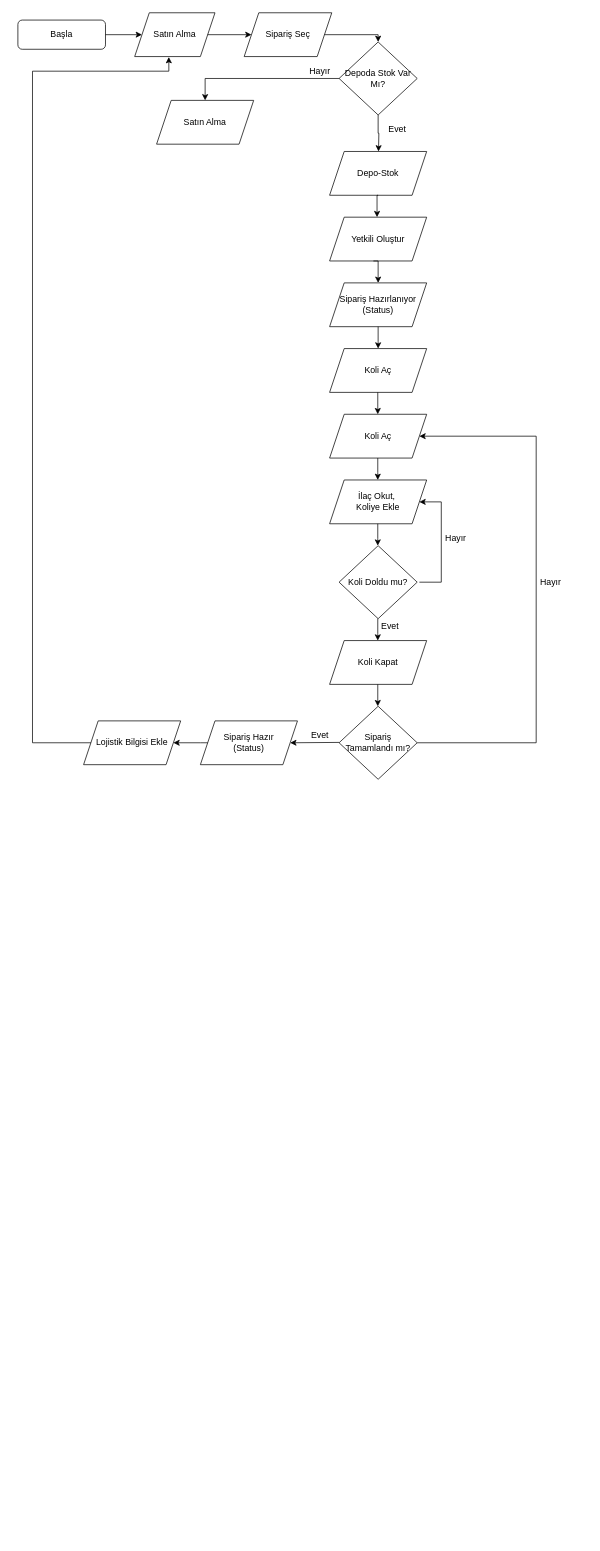
Earlier version of the draw.io diagram akisdiyagrami.drawio (viavolkan/DB_Diyagram). Source tidied: cells renumbered, new cells numbered last; positions are measured from the earlier drawing's top-left corner, leaving out a move shared by most shapes. Both pictures are drawn from the tidied source at 73%, with x=0, y=0 at pixel (18, 12).
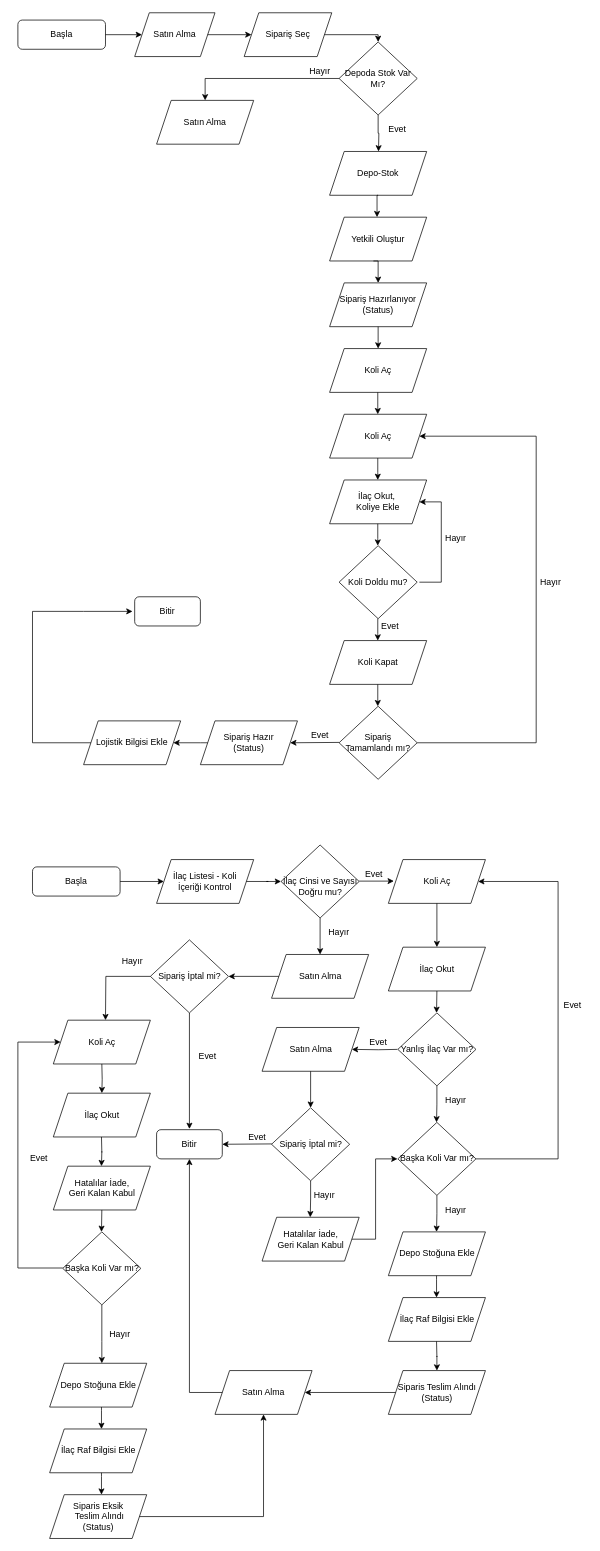
The same diagram, later.

Unchanged cells that the change refers to:
```xml
<mxCell id="6" value="Satın Alma" style="shape=parallelogram;perimeter=parallelogramPerimeter;whiteSpace=wrap;html=1;fixedSize=1;" parent="1" vertex="1">
  <mxGeometry x="160" width="110" height="60" as="geometry" />
</mxCell>
<mxCell id="37" value="Lojistik Bilgisi Ekle" style="shape=parallelogram;perimeter=parallelogramPerimeter;whiteSpace=wrap;html=1;fixedSize=1;" parent="1" vertex="1">
  <mxGeometry x="90" y="970" width="133" height="60" as="geometry" />
</mxCell>
```

What changed in the source:
```diff
@@
-    <mxCell id="40" style="edgeStyle=orthogonalEdgeStyle;rounded=0;jettySize=auto;html=1;entryX=0.425;entryY=1.01;entryDx=0;entryDy=0;exitX=0;exitY=0.5;exitDx=0;exitDy=0;entryPerimeter=0;" parent="1" edge="1" source="37" target="6">
+    <mxCell id="40" style="edgeStyle=orthogonalEdgeStyle;rounded=0;jettySize=auto;html=1;exitX=0;exitY=0.5;exitDx=0;exitDy=0;" parent="1" edge="1" source="37">
       <mxGeometry relative="1" as="geometry">
+        <mxPoint x="157" y="820" as="targetPoint" />
         <Array as="points">
           <mxPoint x="20" y="1000" />
-          <mxPoint x="20" y="80" />
-          <mxPoint x="207" y="80" />
+          <mxPoint x="20" y="820" />
+          <mxPoint x="90" y="820" />
         </Array>
       </mxGeometry>
     </mxCell>
@@
+    <mxCell id="44" value="Bitir" style="rounded=1;whiteSpace=wrap;html=1;fontSize=12;glass=0;strokeWidth=1;shadow=0;" parent="1" vertex="1">
+      <mxGeometry x="160" y="800" width="90" height="40" as="geometry" />
+    </mxCell>
+    <mxCell id="45" value="Başla" style="rounded=1;whiteSpace=wrap;html=1;fontSize=12;glass=0;strokeWidth=1;shadow=0;" parent="1" vertex="1">
+      <mxGeometry x="20" y="1170" width="120" height="40" as="geometry" />
+    </mxCell>
+    <mxCell id="46" style="edgeStyle=orthogonalEdgeStyle;rounded=0;jettySize=auto;html=1;exitX=1;exitY=0.5;exitDx=0;exitDy=0;entryX=0;entryY=0.5;entryDx=0;entryDy=0;" parent="1" edge="1" source="45" target="47">
+      <mxGeometry relative="1" as="geometry">
+        <Array as="points">
+          <mxPoint x="200" y="1190" />
+          <mxPoint x="200" y="1190" />
+        </Array>
+      </mxGeometry>
+    </mxCell>
+    <mxCell id="47" value="İlaç Listesi - Koli &lt;br&gt;İçeriği Kontrol" style="shape=parallelogram;perimeter=parallelogramPerimeter;whiteSpace=wrap;html=1;fixedSize=1;" parent="1" vertex="1">
+      <mxGeometry x="190" y="1160" width="133" height="60" as="geometry" />
+    </mxCell>
+    <mxCell id="48" style="edgeStyle=orthogonalEdgeStyle;rounded=0;jettySize=auto;html=1;exitX=1;exitY=0.5;exitDx=0;exitDy=0;entryX=0;entryY=0.5;entryDx=0;entryDy=0;" parent="1" edge="1" source="47" target="49">
+      <mxGeometry relative="1" as="geometry" />
+    </mxCell>
+    <mxCell id="49" value="&lt;font style=&quot;font-size: 12px&quot;&gt;&lt;br&gt;İlaç Cinsi ve Sayısı Doğru mu?&lt;/font&gt;" style="rhombus;whiteSpace=wrap;html=1;" parent="1" vertex="1">
+      <mxGeometry x="360.5" y="1140" width="107" height="100" as="geometry" />
+    </mxCell>
+    <mxCell id="50" style="edgeStyle=orthogonalEdgeStyle;rounded=0;orthogonalLoop=1;jettySize=auto;html=1;exitX=1;exitY=0.5;exitDx=0;exitDy=0;entryX=0;entryY=0.5;entryDx=0;entryDy=0;" parent="1" edge="1">
+      <mxGeometry relative="1" as="geometry">
+        <mxPoint x="467.5" y="1189.5" as="sourcePoint" />
+        <mxPoint x="515" y="1189.5" as="targetPoint" />
+      </mxGeometry>
+    </mxCell>
+    <mxCell id="51" value="Evet" style="text;html=1;strokeColor=none;fillColor=none;align=center;verticalAlign=middle;whiteSpace=wrap;rounded=0;" parent="1" vertex="1">
+      <mxGeometry x="467.5" y="1170" width="40" height="20" as="geometry" />
+    </mxCell>
+    <mxCell id="52" value="Koli Aç" style="shape=parallelogram;perimeter=parallelogramPerimeter;whiteSpace=wrap;html=1;fixedSize=1;" parent="1" vertex="1">
+      <mxGeometry x="507.5" y="1160" width="133" height="60" as="geometry" />
+    </mxCell>
+    <mxCell id="53" style="edgeStyle=orthogonalEdgeStyle;rounded=0;jettySize=auto;html=1;exitX=0.5;exitY=1;exitDx=0;exitDy=0;entryX=0.5;entryY=0;entryDx=0;entryDy=0;" parent="1" edge="1" source="52" target="54">
+      <mxGeometry relative="1" as="geometry" />
+    </mxCell>
+    <mxCell id="54" value="İlaç Okut" style="shape=parallelogram;perimeter=parallelogramPerimeter;whiteSpace=wrap;html=1;fixedSize=1;" parent="1" vertex="1">
+      <mxGeometry x="507.5" y="1280" width="133" height="60" as="geometry" />
+    </mxCell>
+    <mxCell id="55" value="Yanlış İlaç Var mı?" style="rhombus;whiteSpace=wrap;html=1;" parent="1" vertex="1">
+      <mxGeometry x="520.5" y="1370" width="107" height="100" as="geometry" />
+    </mxCell>
+    <mxCell id="56" style="edgeStyle=orthogonalEdgeStyle;rounded=0;jettySize=auto;html=1;exitX=0.5;exitY=1;exitDx=0;exitDy=0;" parent="1" edge="1" source="54">
+      <mxGeometry relative="1" as="geometry">
+        <mxPoint x="573.5" y="1370" as="targetPoint" />
+      </mxGeometry>
+    </mxCell>
+    <mxCell id="57" value="Başka Koli Var mı?" style="rhombus;whiteSpace=wrap;html=1;" parent="1" vertex="1">
+      <mxGeometry x="520.5" y="1520" width="107" height="100" as="geometry" />
+    </mxCell>
+    <mxCell id="58" style="edgeStyle=orthogonalEdgeStyle;rounded=0;orthogonalLoop=1;jettySize=auto;html=1;exitX=0.5;exitY=1;exitDx=0;exitDy=0;" parent="1" edge="1">
+      <mxGeometry relative="1" as="geometry">
+        <mxPoint x="574" y="1470" as="sourcePoint" />
+        <mxPoint x="573.5" y="1520" as="targetPoint" />
+        <Array as="points">
+          <mxPoint x="574" y="1495" />
+        </Array>
+      </mxGeometry>
+    </mxCell>
+    <mxCell id="59" value="Hayır" style="text;html=1;strokeColor=none;fillColor=none;align=center;verticalAlign=middle;whiteSpace=wrap;rounded=0;" parent="1" vertex="1">
+      <mxGeometry x="580" y="1480" width="40" height="20" as="geometry" />
+    </mxCell>
+    <mxCell id="60" style="edgeStyle=orthogonalEdgeStyle;rounded=0;jettySize=auto;html=1;exitX=1;exitY=0.5;exitDx=0;exitDy=0;entryX=1;entryY=0.5;entryDx=0;entryDy=0;" parent="1" edge="1" source="57" target="52">
+      <mxGeometry relative="1" as="geometry">
+        <Array as="points">
+          <mxPoint x="740" y="1570" />
+          <mxPoint x="740" y="1190" />
+        </Array>
+      </mxGeometry>
+    </mxCell>
+    <mxCell id="61" value="Evet" style="text;html=1;strokeColor=none;fillColor=none;align=center;verticalAlign=middle;whiteSpace=wrap;rounded=0;" parent="1" vertex="1">
+      <mxGeometry x="740" y="1350" width="40" height="20" as="geometry" />
+    </mxCell>
+    <mxCell id="62" value="Hayır" style="text;html=1;strokeColor=none;fillColor=none;align=center;verticalAlign=middle;whiteSpace=wrap;rounded=0;" parent="1" vertex="1">
+      <mxGeometry x="580" y="1630" width="40" height="20" as="geometry" />
+    </mxCell>
+    <mxCell id="63" style="edgeStyle=orthogonalEdgeStyle;rounded=0;orthogonalLoop=1;jettySize=auto;html=1;exitX=0.5;exitY=1;exitDx=0;exitDy=0;" parent="1" edge="1">
+      <mxGeometry relative="1" as="geometry">
+        <mxPoint x="574" y="1620" as="sourcePoint" />
+        <mxPoint x="573.5" y="1670" as="targetPoint" />
+        <Array as="points">
+          <mxPoint x="574" y="1645" />
+        </Array>
+      </mxGeometry>
+    </mxCell>
+    <mxCell id="64" value="Depo Stoğuna Ekle" style="shape=parallelogram;perimeter=parallelogramPerimeter;whiteSpace=wrap;html=1;fixedSize=1;" parent="1" vertex="1">
+      <mxGeometry x="507.5" y="1670" width="133" height="60" as="geometry" />
+    </mxCell>
+    <mxCell id="65" value="İlaç Raf Bilgisi Ekle" style="shape=parallelogram;perimeter=parallelogramPerimeter;whiteSpace=wrap;html=1;fixedSize=1;" parent="1" vertex="1">
+      <mxGeometry x="507.5" y="1760" width="133" height="60" as="geometry" />
+    </mxCell>
+    <mxCell id="66" style="edgeStyle=orthogonalEdgeStyle;rounded=0;orthogonalLoop=1;jettySize=auto;html=1;" parent="1" edge="1">
+      <mxGeometry relative="1" as="geometry">
+        <mxPoint x="573.5" y="1730" as="sourcePoint" />
+        <mxPoint x="573.5" y="1760" as="targetPoint" />
+        <Array as="points">
+          <mxPoint x="574" y="1735" />
+        </Array>
+      </mxGeometry>
+    </mxCell>
+    <mxCell id="67" value="Siparis Teslim Alındı&lt;br&gt;(Status)" style="shape=parallelogram;perimeter=parallelogramPerimeter;whiteSpace=wrap;html=1;fixedSize=1;" parent="1" vertex="1">
+      <mxGeometry x="507.5" y="1860" width="133" height="60" as="geometry" />
+    </mxCell>
+    <mxCell id="68" style="edgeStyle=orthogonalEdgeStyle;rounded=0;jettySize=auto;html=1;entryX=0.5;entryY=0;entryDx=0;entryDy=0;" parent="1" edge="1" target="67">
+      <mxGeometry relative="1" as="geometry">
+        <mxPoint x="573.5" y="1820" as="sourcePoint" />
+      </mxGeometry>
+    </mxCell>
+    <mxCell id="69" value="Satın Alma" style="shape=parallelogram;perimeter=parallelogramPerimeter;whiteSpace=wrap;html=1;fixedSize=1;" parent="1" vertex="1">
+      <mxGeometry x="270" y="1860" width="133" height="60" as="geometry" />
+    </mxCell>
+    <mxCell id="70" style="edgeStyle=orthogonalEdgeStyle;rounded=0;jettySize=auto;html=1;exitX=0;exitY=0.5;exitDx=0;exitDy=0;entryX=1;entryY=0.5;entryDx=0;entryDy=0;" parent="1" edge="1" source="67" target="69">
+      <mxGeometry relative="1" as="geometry" />
+    </mxCell>
+    <mxCell id="71" style="edgeStyle=orthogonalEdgeStyle;rounded=0;jettySize=auto;html=1;exitX=0;exitY=0.5;exitDx=0;exitDy=0;entryX=0.5;entryY=1;entryDx=0;entryDy=0;" parent="1" edge="1" source="69" target="80">
+      <mxGeometry relative="1" as="geometry">
+        <Array as="points">
+          <mxPoint x="235" y="1890" />
+        </Array>
+      </mxGeometry>
+    </mxCell>
+    <mxCell id="72" style="edgeStyle=orthogonalEdgeStyle;rounded=0;jettySize=auto;html=1;entryX=1;entryY=0.5;entryDx=0;entryDy=0;" parent="1" edge="1" target="74">
+      <mxGeometry relative="1" as="geometry">
+        <mxPoint x="520" y="1420" as="sourcePoint" />
+      </mxGeometry>
+    </mxCell>
+    <mxCell id="73" value="Evet" style="text;html=1;strokeColor=none;fillColor=none;align=center;verticalAlign=middle;whiteSpace=wrap;rounded=0;" parent="1" vertex="1">
+      <mxGeometry x="473.5" y="1400" width="40" height="20" as="geometry" />
+    </mxCell>
+    <mxCell id="74" value="Satın Alma" style="shape=parallelogram;perimeter=parallelogramPerimeter;whiteSpace=wrap;html=1;fixedSize=1;" parent="1" vertex="1">
+      <mxGeometry x="334.5" y="1390" width="133" height="60" as="geometry" />
+    </mxCell>
+    <mxCell id="75" value="Sipariş İptal mi?" style="rhombus;whiteSpace=wrap;html=1;" parent="1" vertex="1">
+      <mxGeometry x="347.5" y="1500" width="107" height="100" as="geometry" />
+    </mxCell>
+    <mxCell id="76" style="edgeStyle=orthogonalEdgeStyle;rounded=0;orthogonalLoop=1;jettySize=auto;html=1;exitX=0.5;exitY=1;exitDx=0;exitDy=0;" parent="1" edge="1">
+      <mxGeometry relative="1" as="geometry">
+        <mxPoint x="440" y="1260" as="sourcePoint" />
+        <mxPoint x="440" y="1260" as="targetPoint" />
+      </mxGeometry>
+    </mxCell>
+    <mxCell id="77" style="edgeStyle=orthogonalEdgeStyle;rounded=0;jettySize=auto;html=1;exitX=0.5;exitY=1;exitDx=0;exitDy=0;entryX=0.5;entryY=0;entryDx=0;entryDy=0;" parent="1" edge="1" source="74" target="75">
+      <mxGeometry relative="1" as="geometry" />
+    </mxCell>
+    <mxCell id="78" style="edgeStyle=orthogonalEdgeStyle;rounded=0;jettySize=auto;html=1;entryX=1;entryY=0.5;entryDx=0;entryDy=0;" parent="1" edge="1" target="80">
+      <mxGeometry relative="1" as="geometry">
+        <mxPoint x="347.8" y="1549.5" as="sourcePoint" />
+      </mxGeometry>
+    </mxCell>
+    <mxCell id="79" value="Evet" style="text;html=1;strokeColor=none;fillColor=none;align=center;verticalAlign=middle;whiteSpace=wrap;rounded=0;" parent="1" vertex="1">
+      <mxGeometry x="307.5" y="1530" width="40" height="20" as="geometry" />
+    </mxCell>
+    <mxCell id="80" value="Bitir" style="rounded=1;whiteSpace=wrap;html=1;fontSize=12;glass=0;strokeWidth=1;shadow=0;" parent="1" vertex="1">
+      <mxGeometry x="190" y="1530" width="90" height="40" as="geometry" />
+    </mxCell>
+    <mxCell id="81" style="edgeStyle=orthogonalEdgeStyle;rounded=0;orthogonalLoop=1;jettySize=auto;html=1;exitX=0.5;exitY=1;exitDx=0;exitDy=0;" parent="1" edge="1">
+      <mxGeometry relative="1" as="geometry">
+        <mxPoint x="401" y="1600" as="sourcePoint" />
+        <mxPoint x="400.5" y="1650" as="targetPoint" />
+        <Array as="points">
+          <mxPoint x="401" y="1625" />
+        </Array>
+      </mxGeometry>
+    </mxCell>
+    <mxCell id="82" value="Hayır" style="text;html=1;strokeColor=none;fillColor=none;align=center;verticalAlign=middle;whiteSpace=wrap;rounded=0;" parent="1" vertex="1">
+      <mxGeometry x="400" y="1610" width="40" height="20" as="geometry" />
+    </mxCell>
+    <mxCell id="83" value="Hatalılar İade,&lt;br&gt;Geri Kalan Kabul&lt;br&gt;" style="shape=parallelogram;perimeter=parallelogramPerimeter;whiteSpace=wrap;html=1;fixedSize=1;" parent="1" vertex="1">
+      <mxGeometry x="334.5" y="1650" width="133" height="60" as="geometry" />
+    </mxCell>
+    <mxCell id="84" style="edgeStyle=orthogonalEdgeStyle;rounded=0;jettySize=auto;html=1;exitX=1;exitY=0.5;exitDx=0;exitDy=0;" parent="1" edge="1" source="83">
+      <mxGeometry relative="1" as="geometry">
+        <mxPoint x="520" y="1570" as="targetPoint" />
+        <Array as="points">
+          <mxPoint x="490" y="1680" />
+          <mxPoint x="490" y="1570" />
+        </Array>
+      </mxGeometry>
+    </mxCell>
+    <mxCell id="85" value="Satın Alma" style="shape=parallelogram;perimeter=parallelogramPerimeter;whiteSpace=wrap;html=1;fixedSize=1;" parent="1" vertex="1">
+      <mxGeometry x="347.5" y="1290" width="133" height="60" as="geometry" />
+    </mxCell>
+    <mxCell id="86" style="edgeStyle=orthogonalEdgeStyle;rounded=0;jettySize=auto;html=1;exitX=0.5;exitY=1;exitDx=0;exitDy=0;entryX=0.5;entryY=0;entryDx=0;entryDy=0;" parent="1" edge="1" source="49" target="85">
+      <mxGeometry relative="1" as="geometry" />
+    </mxCell>
+    <mxCell id="87" value="Sipariş İptal mi?" style="rhombus;whiteSpace=wrap;html=1;" parent="1" vertex="1">
+      <mxGeometry x="181.5" y="1270" width="107" height="100" as="geometry" />
+    </mxCell>
+    <mxCell id="88" style="edgeStyle=orthogonalEdgeStyle;rounded=0;jettySize=auto;html=1;exitX=0;exitY=0.5;exitDx=0;exitDy=0;entryX=1;entryY=0.5;entryDx=0;entryDy=0;" parent="1" edge="1" source="85" target="87">
+      <mxGeometry relative="1" as="geometry" />
+    </mxCell>
+    <mxCell id="89" style="edgeStyle=orthogonalEdgeStyle;rounded=0;jettySize=auto;html=1;exitX=0.5;exitY=1;exitDx=0;exitDy=0;" parent="1" edge="1" source="87">
+      <mxGeometry relative="1" as="geometry">
+        <mxPoint x="235" y="1529" as="targetPoint" />
+        <Array as="points">
+          <mxPoint x="235" y="1529" />
+        </Array>
+      </mxGeometry>
+    </mxCell>
+    <mxCell id="90" value="Evet" style="text;html=1;strokeColor=none;fillColor=none;align=center;verticalAlign=middle;whiteSpace=wrap;rounded=0;" parent="1" vertex="1">
+      <mxGeometry x="240" y="1420" width="40" height="20" as="geometry" />
+    </mxCell>
+    <mxCell id="91" style="edgeStyle=orthogonalEdgeStyle;rounded=0;jettySize=auto;html=1;exitX=0;exitY=0.5;exitDx=0;exitDy=0;" parent="1" edge="1" source="87">
+      <mxGeometry relative="1" as="geometry">
+        <mxPoint x="120" y="1380" as="targetPoint" />
+      </mxGeometry>
+    </mxCell>
+    <mxCell id="92" value="Hayır" style="text;html=1;strokeColor=none;fillColor=none;align=center;verticalAlign=middle;whiteSpace=wrap;rounded=0;" parent="1" vertex="1">
+      <mxGeometry x="136.5" y="1290" width="40" height="20" as="geometry" />
+    </mxCell>
+    <mxCell id="93" value="Hayır" style="text;html=1;strokeColor=none;fillColor=none;align=center;verticalAlign=middle;whiteSpace=wrap;rounded=0;" parent="1" vertex="1">
+      <mxGeometry x="420" y="1250" width="40" height="20" as="geometry" />
+    </mxCell>
+    <mxCell id="94" value="Koli Aç" style="shape=parallelogram;perimeter=parallelogramPerimeter;whiteSpace=wrap;html=1;fixedSize=1;" parent="1" vertex="1">
+      <mxGeometry x="48.5" y="1380" width="133" height="60" as="geometry" />
+    </mxCell>
+    <mxCell id="95" value="İlaç Okut" style="shape=parallelogram;perimeter=parallelogramPerimeter;whiteSpace=wrap;html=1;fixedSize=1;" parent="1" vertex="1">
+      <mxGeometry x="48.5" y="1480" width="133" height="60" as="geometry" />
+    </mxCell>
+    <mxCell id="96" value="Hatalılar İade,&lt;br&gt;Geri Kalan Kabul&lt;br&gt;" style="shape=parallelogram;perimeter=parallelogramPerimeter;whiteSpace=wrap;html=1;fixedSize=1;" parent="1" vertex="1">
+      <mxGeometry x="48.5" y="1580" width="133" height="60" as="geometry" />
+    </mxCell>
+    <mxCell id="97" value="Başka Koli Var mı?" style="rhombus;whiteSpace=wrap;html=1;" parent="1" vertex="1">
+      <mxGeometry x="61.5" y="1670" width="107" height="100" as="geometry" />
+    </mxCell>
+    <mxCell id="98" style="edgeStyle=orthogonalEdgeStyle;rounded=0;jettySize=auto;html=1;exitX=0.5;exitY=1;exitDx=0;exitDy=0;entryX=0.5;entryY=0;entryDx=0;entryDy=0;" parent="1" edge="1" target="95">
+      <mxGeometry relative="1" as="geometry">
+        <mxPoint x="115" y="1440" as="sourcePoint" />
+      </mxGeometry>
+    </mxCell>
+    <mxCell id="99" style="edgeStyle=orthogonalEdgeStyle;rounded=0;orthogonalLoop=1;jettySize=auto;html=1;exitX=0.5;exitY=1;exitDx=0;exitDy=0;entryX=0.5;entryY=0;entryDx=0;entryDy=0;" parent="1" edge="1">
+      <mxGeometry relative="1" as="geometry">
+        <mxPoint x="114.5" y="1540" as="sourcePoint" />
+        <mxPoint x="114.5" y="1580" as="targetPoint" />
+      </mxGeometry>
+    </mxCell>
+    <mxCell id="100" style="edgeStyle=orthogonalEdgeStyle;rounded=0;orthogonalLoop=1;jettySize=auto;html=1;exitX=0.5;exitY=1;exitDx=0;exitDy=0;" parent="1" edge="1">
+      <mxGeometry relative="1" as="geometry">
+        <mxPoint x="115" y="1640" as="sourcePoint" />
+        <mxPoint x="114.5" y="1670" as="targetPoint" />
+      </mxGeometry>
+    </mxCell>
+    <mxCell id="101" style="edgeStyle=orthogonalEdgeStyle;rounded=0;jettySize=auto;html=1;entryX=0;entryY=0.5;entryDx=0;entryDy=0;" parent="1" edge="1" target="94">
+      <mxGeometry relative="1" as="geometry">
+        <mxPoint x="61.5" y="1719.5" as="sourcePoint" />
+        <Array as="points">
+          <mxPoint y="1720" />
+          <mxPoint y="1410" />
+        </Array>
+      </mxGeometry>
+    </mxCell>
+    <mxCell id="102" value="Evet" style="text;html=1;strokeColor=none;fillColor=none;align=center;verticalAlign=middle;whiteSpace=wrap;rounded=0;" parent="1" vertex="1">
+      <mxGeometry x="8.5" y="1560" width="40" height="20" as="geometry" />
+    </mxCell>
+    <mxCell id="103" style="edgeStyle=orthogonalEdgeStyle;rounded=0;jettySize=auto;html=1;exitX=0.5;exitY=1;exitDx=0;exitDy=0;" parent="1" edge="1" source="97">
+      <mxGeometry relative="1" as="geometry">
+        <mxPoint x="115" y="1850" as="targetPoint" />
+        <Array as="points">
+          <mxPoint x="115" y="1820" />
+          <mxPoint x="115" y="1820" />
+        </Array>
+      </mxGeometry>
+    </mxCell>
+    <mxCell id="104" value="Hayır" style="text;html=1;strokeColor=none;fillColor=none;align=center;verticalAlign=middle;whiteSpace=wrap;rounded=0;" parent="1" vertex="1">
+      <mxGeometry x="120" y="1800" width="40" height="20" as="geometry" />
+    </mxCell>
+    <mxCell id="105" value="Depo Stoğuna Ekle" style="shape=parallelogram;perimeter=parallelogramPerimeter;whiteSpace=wrap;html=1;fixedSize=1;" parent="1" vertex="1">
+      <mxGeometry x="43.5" y="1850" width="133" height="60" as="geometry" />
+    </mxCell>
+    <mxCell id="106" style="edgeStyle=orthogonalEdgeStyle;rounded=0;orthogonalLoop=1;jettySize=auto;html=1;" parent="1" edge="1">
+      <mxGeometry relative="1" as="geometry">
+        <mxPoint x="114.5" y="1910" as="sourcePoint" />
+        <mxPoint x="114.5" y="1940" as="targetPoint" />
+        <Array as="points">
+          <mxPoint x="115" y="1915" />
+        </Array>
+      </mxGeometry>
+    </mxCell>
+    <mxCell id="107" value="İlaç Raf Bilgisi Ekle" style="shape=parallelogram;perimeter=parallelogramPerimeter;whiteSpace=wrap;html=1;fixedSize=1;" parent="1" vertex="1">
+      <mxGeometry x="43.5" y="1940" width="133" height="60" as="geometry" />
+    </mxCell>
+    <mxCell id="108" value="Siparis Eksik&lt;br&gt;&amp;nbsp;Teslim Alındı&lt;br&gt;(Status)" style="shape=parallelogram;perimeter=parallelogramPerimeter;whiteSpace=wrap;html=1;fixedSize=1;" parent="1" vertex="1">
+      <mxGeometry x="43.5" y="2030" width="133" height="60" as="geometry" />
+    </mxCell>
+    <mxCell id="109" style="edgeStyle=orthogonalEdgeStyle;rounded=0;orthogonalLoop=1;jettySize=auto;html=1;" parent="1" edge="1">
+      <mxGeometry relative="1" as="geometry">
+        <mxPoint x="114.5" y="2000" as="sourcePoint" />
+        <mxPoint x="114.5" y="2030" as="targetPoint" />
+        <Array as="points">
+          <mxPoint x="115" y="2005" />
+        </Array>
+      </mxGeometry>
+    </mxCell>
+    <mxCell id="110" style="edgeStyle=orthogonalEdgeStyle;rounded=0;jettySize=auto;html=1;exitX=1;exitY=0.5;exitDx=0;exitDy=0;entryX=0.5;entryY=1;entryDx=0;entryDy=0;" parent="1" edge="1" source="108" target="69">
+      <mxGeometry relative="1" as="geometry" />
+    </mxCell>
```
